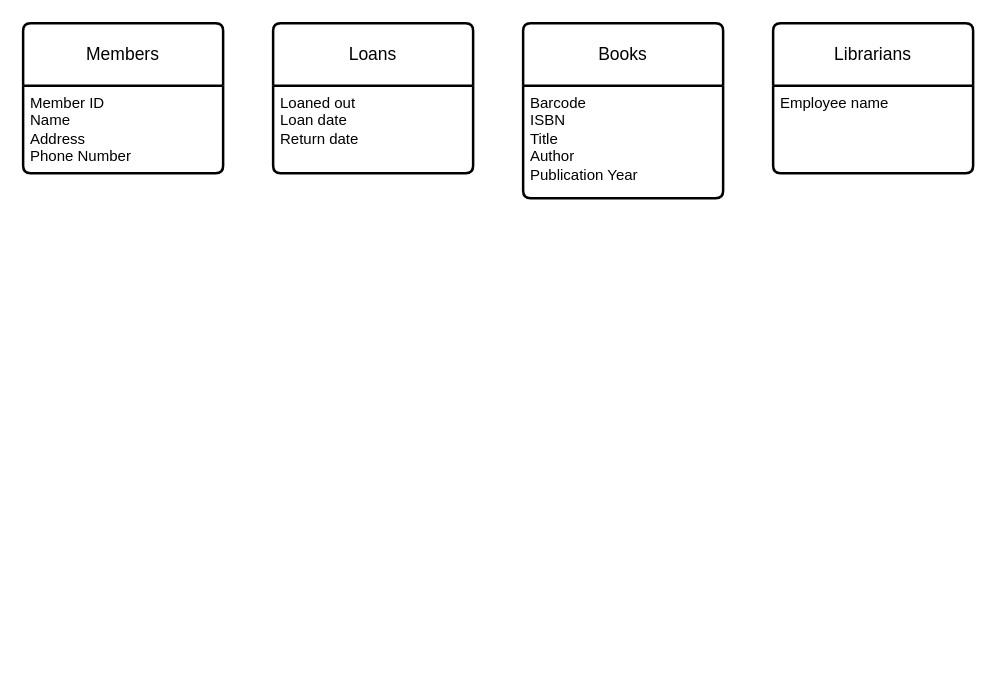
The draw.io diagram thursdaylibrary.drawio in p4rsl3yyy/at1, before the edit. Source tidied: cells renumbered, new cells numbered last; positions are measured from the earlier drawing's top-left corner, leaving out a move shared by most shapes. Both pictures are drawn from the tidied source at 125%, with x=0, y=0 at pixel (22, 22).
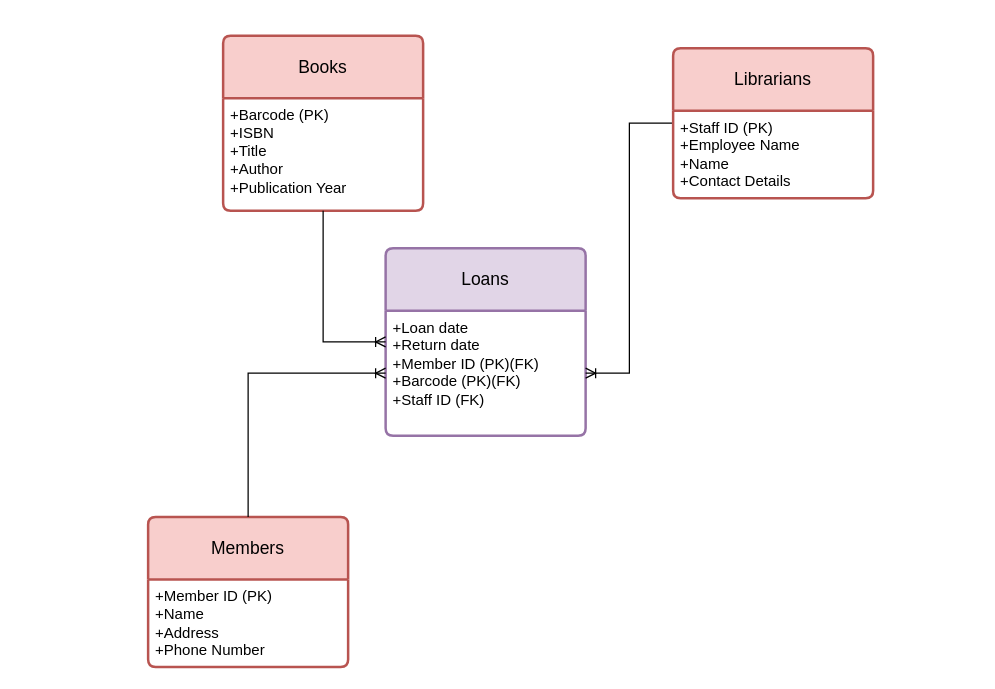
After the change.

What changed in the source:
```diff
@@
 <mxGraphModel>
   <root>
     <mxCell id="0" />
     <mxCell id="1" parent="0" />
-    <mxCell id="2" value="Members" style="swimlane;horizontal=1;startSize=50;rounded=1;fontSize=14;fontStyle=0;strokeWidth=2;shadow=0;dashed=0;align=center;arcSize=4;whiteSpace=wrap;html=1;" parent="1" vertex="1">
-      <mxGeometry width="160" height="120" as="geometry" />
+    <mxCell id="2" value="Members" style="swimlane;horizontal=1;startSize=50;rounded=1;fontSize=14;fontStyle=0;strokeWidth=2;shadow=0;dashed=0;align=center;arcSize=4;whiteSpace=wrap;html=1;fillColor=#f8cecc;strokeColor=#b85450;" parent="1" vertex="1">
+      <mxGeometry x="100" y="395" width="160" height="120" as="geometry" />
     </mxCell>
-    <mxCell id="3" value="Member ID&lt;div&gt;Name&lt;/div&gt;&lt;div&gt;Address&lt;/div&gt;&lt;div&gt;Phone Number&lt;/div&gt;" style="align=left;strokeColor=none;fillColor=none;spacingLeft=4;fontSize=12;verticalAlign=top;html=1;" parent="2" vertex="1">
+    <mxCell id="3" value="+Member ID (PK)&lt;div&gt;+Name&lt;/div&gt;&lt;div&gt;+Address&lt;/div&gt;&lt;div&gt;+Phone Number&lt;/div&gt;" style="align=left;strokeColor=none;fillColor=none;spacingLeft=4;fontSize=12;verticalAlign=top;html=1;" parent="2" vertex="1">
       <mxGeometry y="50" width="160" height="70" as="geometry" />
     </mxCell>
-    <mxCell id="4" value="Loans" style="swimlane;horizontal=1;startSize=50;rounded=1;fontSize=14;fontStyle=0;strokeWidth=2;shadow=0;dashed=0;align=center;arcSize=4;whiteSpace=wrap;html=1;" parent="1" vertex="1">
-      <mxGeometry x="200" width="160" height="120" as="geometry" />
+    <mxCell id="4" value="Loans" style="swimlane;horizontal=1;startSize=50;rounded=1;fontSize=14;fontStyle=0;strokeWidth=2;shadow=0;dashed=0;align=center;arcSize=4;whiteSpace=wrap;html=1;fillColor=#e1d5e7;strokeColor=#9673a6;" parent="1" vertex="1">
+      <mxGeometry x="290" y="180" width="160" height="150" as="geometry" />
     </mxCell>
-    <mxCell id="5" value="Loaned out&lt;div&gt;Loan date&lt;/div&gt;&lt;div&gt;Return date&lt;/div&gt;" style="align=left;strokeColor=none;fillColor=none;spacingLeft=4;fontSize=12;verticalAlign=top;html=1;" parent="4" vertex="1">
-      <mxGeometry y="50" width="160" height="70" as="geometry" />
+    <mxCell id="5" value="&lt;div&gt;+Loan date&lt;/div&gt;&lt;div&gt;+Return date&lt;/div&gt;&lt;div&gt;+Member ID (PK)(FK)&lt;br&gt;+Barcode (PK)(FK)&lt;/div&gt;&lt;div&gt;+Staff ID (FK)&lt;/div&gt;" style="align=left;strokeColor=none;fillColor=none;spacingLeft=4;fontSize=12;verticalAlign=top;html=1;" parent="4" vertex="1">
+      <mxGeometry y="50" width="160" height="100" as="geometry" />
     </mxCell>
-    <mxCell id="6" value="Books" style="swimlane;horizontal=1;startSize=50;rounded=1;fontSize=14;fontStyle=0;strokeWidth=2;shadow=0;dashed=0;align=center;arcSize=4;whiteSpace=wrap;html=1;" parent="1" vertex="1">
-      <mxGeometry x="400" width="160" height="140" as="geometry" />
+    <mxCell id="6" value="Books" style="swimlane;horizontal=1;startSize=50;rounded=1;fontSize=14;fontStyle=0;strokeWidth=2;shadow=0;dashed=0;align=center;arcSize=4;whiteSpace=wrap;html=1;fillColor=#f8cecc;strokeColor=#b85450;" parent="1" vertex="1">
+      <mxGeometry x="160" y="10" width="160" height="140" as="geometry" />
     </mxCell>
-    <mxCell id="7" value="Barcode&lt;br&gt;ISBN&lt;br&gt;&lt;div&gt;Title&lt;/div&gt;&lt;div&gt;Author&lt;/div&gt;&lt;div&gt;Publication Year&lt;/div&gt;" style="align=left;strokeColor=none;fillColor=none;spacingLeft=4;fontSize=12;verticalAlign=top;html=1;" parent="6" vertex="1">
+    <mxCell id="7" value="+Barcode (PK)&lt;br&gt;+ISBN&lt;br&gt;&lt;div&gt;+Title&lt;/div&gt;&lt;div&gt;+Author&lt;/div&gt;&lt;div&gt;+Publication Year&lt;/div&gt;" style="align=left;strokeColor=none;fillColor=none;spacingLeft=4;fontSize=12;verticalAlign=top;html=1;" parent="6" vertex="1">
       <mxGeometry y="50" width="160" height="90" as="geometry" />
     </mxCell>
+    <mxCell id="10" style="edgeStyle=orthogonalEdgeStyle;rounded=0;jettySize=auto;html=1;entryX=1;entryY=0.5;entryDx=0;entryDy=0;endArrow=ERoneToMany;endFill=0;" parent="1" edge="1" source="8" target="5">
+      <mxGeometry relative="1" as="geometry" />
+    </mxCell>
-    <mxCell id="8" value="Librarians" style="swimlane;horizontal=1;startSize=50;rounded=1;fontSize=14;fontStyle=0;strokeWidth=2;shadow=0;dashed=0;align=center;arcSize=4;whiteSpace=wrap;html=1;" parent="1" vertex="1">
-      <mxGeometry x="600" width="160" height="120" as="geometry" />
+    <mxCell id="8" value="Librarians" style="swimlane;horizontal=1;startSize=50;rounded=1;fontSize=14;fontStyle=0;strokeWidth=2;shadow=0;dashed=0;align=center;arcSize=4;whiteSpace=wrap;html=1;fillColor=#f8cecc;strokeColor=#b85450;" parent="1" vertex="1">
+      <mxGeometry x="520" y="20" width="160" height="120" as="geometry" />
     </mxCell>
-    <mxCell id="9" value="Employee name&lt;div&gt;&lt;br&gt;&lt;/div&gt;" style="align=left;strokeColor=none;fillColor=none;spacingLeft=4;fontSize=12;verticalAlign=top;html=1;" parent="8" vertex="1">
+    <mxCell id="9" value="+Staff ID (PK)&lt;div&gt;+Employee Name&lt;/div&gt;&lt;div&gt;+Name&lt;br&gt;+Contact Details&lt;br&gt;&lt;div&gt;&lt;br&gt;&lt;/div&gt;&lt;/div&gt;" style="align=left;strokeColor=none;fillColor=none;spacingLeft=4;fontSize=12;verticalAlign=top;html=1;" parent="8" vertex="1">
       <mxGeometry y="50" width="160" height="70" as="geometry" />
     </mxCell>
+    <mxCell id="11" style="edgeStyle=orthogonalEdgeStyle;rounded=0;jettySize=auto;html=1;exitX=0;exitY=0.25;exitDx=0;exitDy=0;entryX=0.5;entryY=1;entryDx=0;entryDy=0;startArrow=ERoneToMany;startFill=0;endArrow=none;endFill=0;" parent="1" edge="1" source="5" target="7">
+      <mxGeometry relative="1" as="geometry" />
+    </mxCell>
+    <mxCell id="12" style="edgeStyle=orthogonalEdgeStyle;rounded=0;jettySize=auto;html=1;exitX=0.5;exitY=0;exitDx=0;exitDy=0;entryX=0;entryY=0.5;entryDx=0;entryDy=0;endArrow=ERoneToMany;endFill=0;" parent="1" edge="1" source="2" target="5">
+      <mxGeometry relative="1" as="geometry" />
+    </mxCell>
   </root>
 </mxGraphModel>
```
